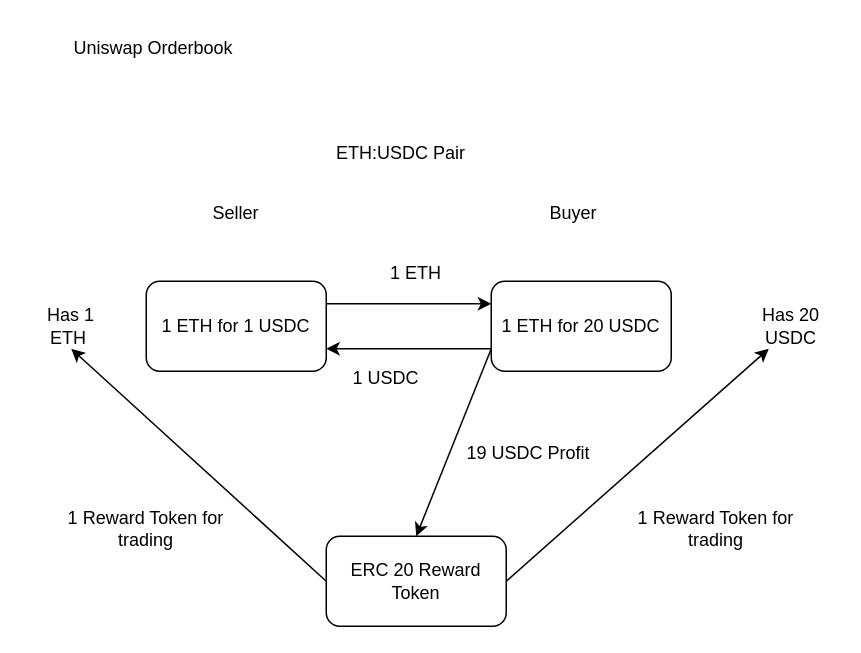
Before: UniswapOrderbook.drawio.xml in orderbook-avs/readme, a draw.io diagram. Source tidied: cells renumbered, new cells numbered last; positions are measured from the earlier drawing's top-left corner, leaving out a move shared by most shapes. Both pictures are drawn from the tidied source at 150%, with x=0, y=0 at pixel (26, 26).
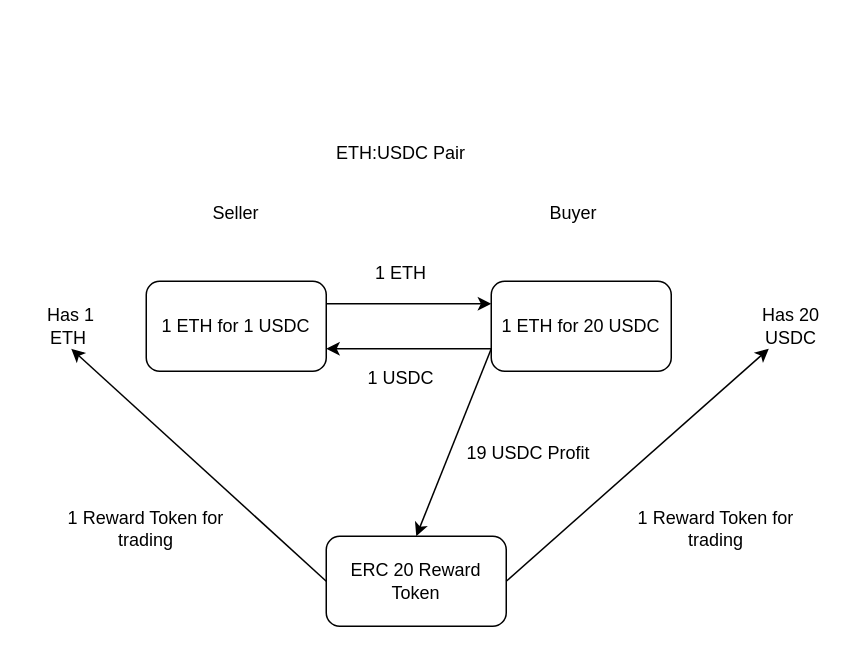
After the change.

Change to the diagram source:
```diff
@@
     <mxCell id="9" value="1 ETH" style="text;html=1;align=center;verticalAlign=middle;whiteSpace=wrap;rounded=0;" parent="1" vertex="1">
-      <mxGeometry x="230" y="150" width="60" height="30" as="geometry" />
+      <mxGeometry x="220" y="150" width="60" height="30" as="geometry" />
     </mxCell>
@@
     <mxCell id="11" value="1 USDC" style="text;html=1;align=center;verticalAlign=middle;whiteSpace=wrap;rounded=0;" parent="1" vertex="1">
-      <mxGeometry x="210" y="220" width="60" height="30" as="geometry" />
+      <mxGeometry x="220" y="220" width="60" height="30" as="geometry" />
     </mxCell>
@@
-    <mxCell id="20" value="Uniswap Orderbook" style="text;html=1;align=center;verticalAlign=middle;whiteSpace=wrap;rounded=0;" parent="1" vertex="1">
-      <mxGeometry width="170" height="30" as="geometry" />
-    </mxCell>
```
